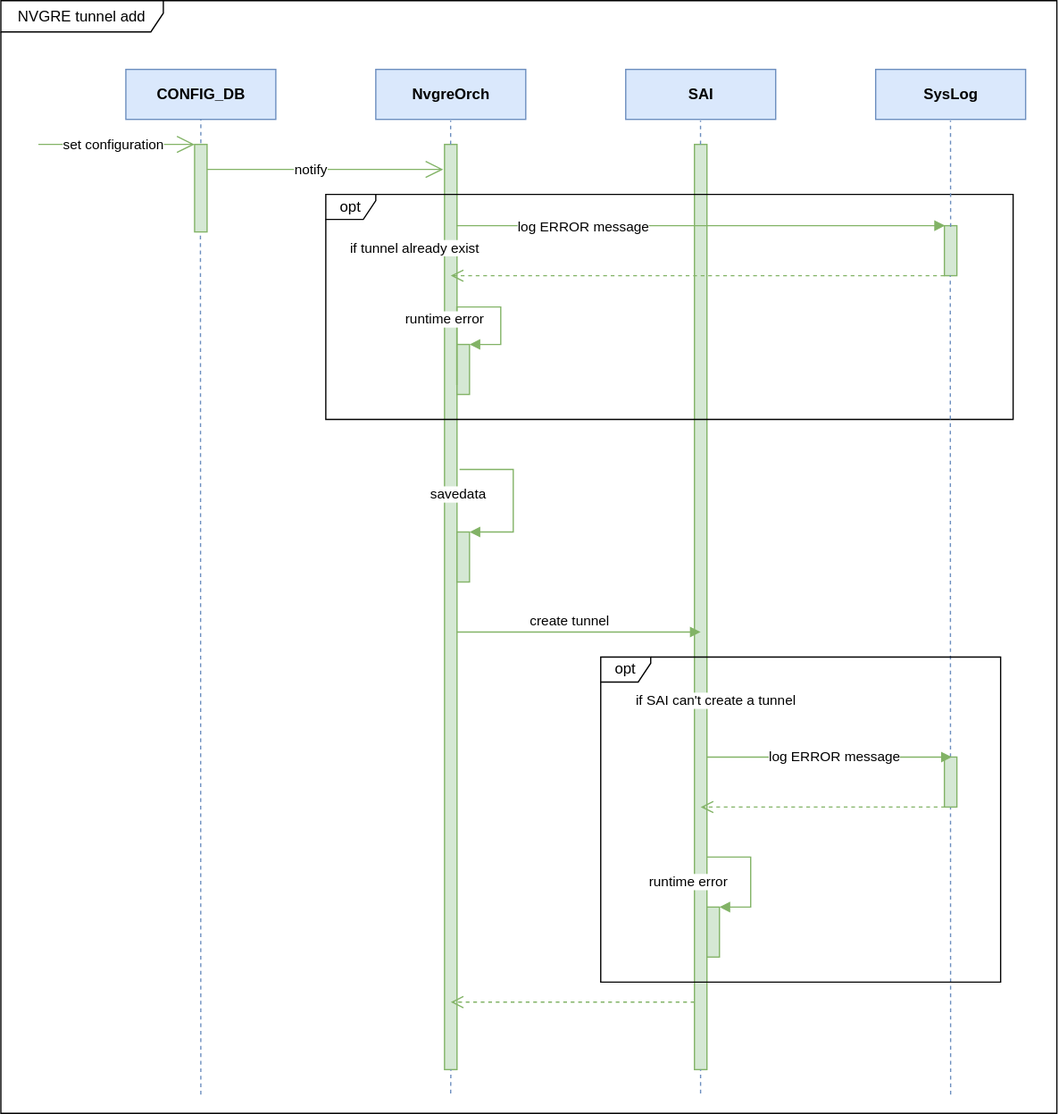
Earlier version of the draw.io export doc/nvgre_tunnel/images/nvgre_tunnel_create_uml.svg (sonic-net/SONiC). Source tidied: cells renumbered, new cells last; positions are measured from the earlier drawing's top-left corner, leaving out a move shared by most shapes.
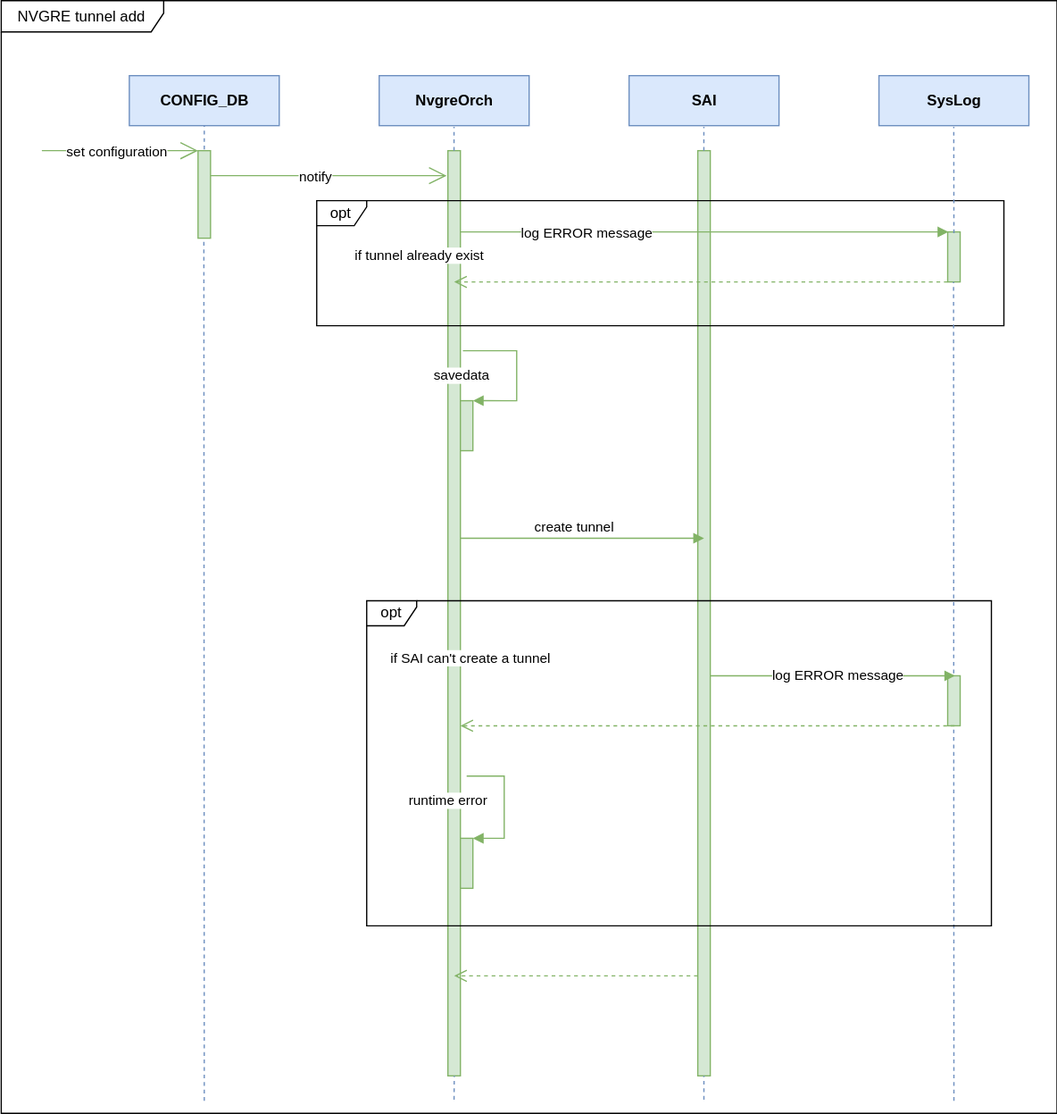
Later version of the same file.

What changed in the source:
```diff
@@ -43,7 +43,7 @@
       <mxGeometry x="555" y="115" width="10" height="740" as="geometry" />
     </mxCell>
     <mxCell id="12" value="opt" style="shape=umlFrame;whiteSpace=wrap;html=1;width=40;height=20;fillColor=#FFFFFF;" parent="1" vertex="1">
-      <mxGeometry x="260" y="155" width="550" height="180" as="geometry" />
+      <mxGeometry x="250" y="155" width="550" height="100" as="geometry" />
     </mxCell>
     <mxCell id="13" value="if tunnel already exist" style="edgeLabel;html=1;align=center;verticalAlign=middle;" parent="1" vertex="1">
       <mxGeometry x="330" y="200" as="geometry">
@@ -122,79 +122,68 @@
       </mxGeometry>
     </mxCell>
     <mxCell id="26" value="NVGRE tunnel add" style="shape=umlFrame;whiteSpace=wrap;html=1;fillColor=#FFFFFF;width=130;height=25;" parent="1" vertex="1">
-      <mxGeometry width="845" height="890" as="geometry" />
+      <mxGeometry x="-2.5" y="-5" width="845" height="890" as="geometry" />
     </mxCell>
-    <mxCell id="27" style="html=1;points=[];perimeter=orthogonalPerimeter;fillColor=#d5e8d4;strokeColor=#82b366;" parent="1" vertex="1">
-      <mxGeometry x="365" y="275" width="10" height="40" as="geometry" />
-    </mxCell>
-    <mxCell id="28" value="runtime error" style="edgeStyle=orthogonalEdgeStyle;html=1;align=left;spacingLeft=2;endArrow=block;rounded=0;entryX=1;entryY=0;exitX=0.981;exitY=0.26;exitDx=0;exitDy=0;exitPerimeter=0;fillColor=#d5e8d4;strokeColor=#82b366;" parent="1" edge="1" source="8" target="27">
-      <mxGeometry x="-0.31" y="45" relative="1" as="geometry">
-        <Array as="points">
-          <mxPoint x="400" y="245" />
-          <mxPoint x="400" y="275" />
-        </Array>
-      </mxGeometry>
-    </mxCell>
     <mxCell id="29" style="html=1;points=[];perimeter=orthogonalPerimeter;fillColor=#d5e8d4;strokeColor=#82b366;" parent="1" vertex="1">
-      <mxGeometry x="365" y="425" width="10" height="40" as="geometry" />
+      <mxGeometry x="365" y="315" width="10" height="40" as="geometry" />
     </mxCell>
     <mxCell id="30" value="savedata" style="edgeStyle=orthogonalEdgeStyle;html=1;align=left;spacingLeft=2;endArrow=block;rounded=0;entryX=1;entryY=0;fillColor=#d5e8d4;strokeColor=#82b366;" parent="1" edge="1" target="29">
       <mxGeometry x="-1" y="-34" relative="1" as="geometry">
-        <mxPoint x="367" y="375" as="sourcePoint" />
+        <mxPoint x="367" y="275" as="sourcePoint" />
         <Array as="points">
-          <mxPoint x="410" y="375" />
-          <mxPoint x="410" y="425" />
+          <mxPoint x="410" y="275" />
+          <mxPoint x="410" y="315" />
         </Array>
         <mxPoint x="-27" y="-14" as="offset" />
       </mxGeometry>
     </mxCell>
     <mxCell id="31" value="create tunnel" style="html=1;verticalAlign=bottom;endArrow=block;fillColor=#d5e8d4;strokeColor=#82b366;" parent="1" edge="1">
       <mxGeometry x="-0.08" relative="1" as="geometry">
-        <mxPoint x="365" y="505" as="sourcePoint" />
-        <mxPoint x="560" y="505" as="targetPoint" />
+        <mxPoint x="365" y="425" as="sourcePoint" />
+        <mxPoint x="560" y="425" as="targetPoint" />
       </mxGeometry>
     </mxCell>
     <mxCell id="32" style="html=1;verticalAlign=bottom;endArrow=open;dashed=1;endSize=8;fillColor=#d5e8d4;strokeColor=#82b366;" parent="1" edge="1">
       <mxGeometry relative="1" as="geometry">
-        <mxPoint x="555" y="801" as="sourcePoint" />
-        <mxPoint x="360" y="801" as="targetPoint" />
+        <mxPoint x="555" y="775" as="sourcePoint" />
+        <mxPoint x="360" y="775" as="targetPoint" />
       </mxGeometry>
     </mxCell>
     <mxCell id="33" value="opt" style="shape=umlFrame;whiteSpace=wrap;html=1;width=40;height=20;fillColor=#FFFFFF;" parent="1" vertex="1">
-      <mxGeometry x="480" y="525" width="320" height="260" as="geometry" />
+      <mxGeometry x="290" y="475" width="500" height="260" as="geometry" />
     </mxCell>
     <mxCell id="34" style="html=1;perimeter=orthogonalPerimeter;fillColor=#d5e8d4;strokeColor=#82b366;" parent="1" vertex="1">
-      <mxGeometry x="755" y="605" width="10" height="40" as="geometry" />
+      <mxGeometry x="755" y="535" width="10" height="40" as="geometry" />
     </mxCell>
     <mxCell id="35" style="html=1;points=[];perimeter=orthogonalPerimeter;fillColor=#d5e8d4;strokeColor=#82b366;" parent="1" vertex="1">
-      <mxGeometry x="565" y="725" width="10" height="40" as="geometry" />
+      <mxGeometry x="365" y="665" width="10" height="40" as="geometry" />
     </mxCell>
-    <mxCell id="36" value="runtime error" style="edgeStyle=orthogonalEdgeStyle;html=1;align=left;spacingLeft=2;endArrow=block;rounded=0;entryX=1;entryY=0;fillColor=#d5e8d4;strokeColor=#82b366;" parent="1" edge="1" source="11" target="35">
+    <mxCell id="36" value="runtime error" style="edgeStyle=orthogonalEdgeStyle;html=1;align=left;spacingLeft=2;endArrow=block;rounded=0;entryX=1;entryY=0;fillColor=#d5e8d4;strokeColor=#82b366;exitX=1.5;exitY=0.676;exitDx=0;exitDy=0;exitPerimeter=0;" parent="1" edge="1" source="8" target="35">
       <mxGeometry x="-1" y="-54" relative="1" as="geometry">
         <Array as="points">
-          <mxPoint x="600" y="685" />
-          <mxPoint x="600" y="725" />
+          <mxPoint x="400" y="615" />
+          <mxPoint x="400" y="665" />
         </Array>
         <mxPoint x="-50" y="-34" as="offset" />
       </mxGeometry>
     </mxCell>
     <mxCell id="37" value="log ERROR message" style="edgeStyle=orthogonalEdgeStyle;html=1;align=left;spacingLeft=2;endArrow=block;rounded=0;shadow=0;fillColor=#d5e8d4;strokeColor=#82b366;" parent="1" edge="1">
       <mxGeometry x="-0.53" relative="1" as="geometry">
-        <mxPoint x="565" y="605" as="sourcePoint" />
-        <mxPoint x="761" y="605" as="targetPoint" />
+        <mxPoint x="565" y="535" as="sourcePoint" />
+        <mxPoint x="761" y="535" as="targetPoint" />
         <Array as="points">
-          <mxPoint x="565" y="605" />
+          <mxPoint x="565" y="535" />
         </Array>
       </mxGeometry>
     </mxCell>
     <mxCell id="38" style="html=1;verticalAlign=bottom;endArrow=open;dashed=1;endSize=8;shadow=0;fillColor=#d5e8d4;strokeColor=#82b366;" parent="1" edge="1">
       <mxGeometry relative="1" as="geometry">
-        <mxPoint x="755.5" y="645" as="sourcePoint" />
-        <mxPoint x="560" y="645" as="targetPoint" />
+        <mxPoint x="760.5" y="575" as="sourcePoint" />
+        <mxPoint x="365" y="575" as="targetPoint" />
       </mxGeometry>
     </mxCell>
     <mxCell id="39" value="if SAI can't create a tunnel" style="edgeLabel;html=1;align=center;verticalAlign=middle;" parent="1" vertex="1">
-      <mxGeometry x="620" y="505" as="geometry">
+      <mxGeometry x="420" y="465" as="geometry">
         <mxPoint x="-48" y="55" as="offset" />
       </mxGeometry>
     </mxCell>
```
